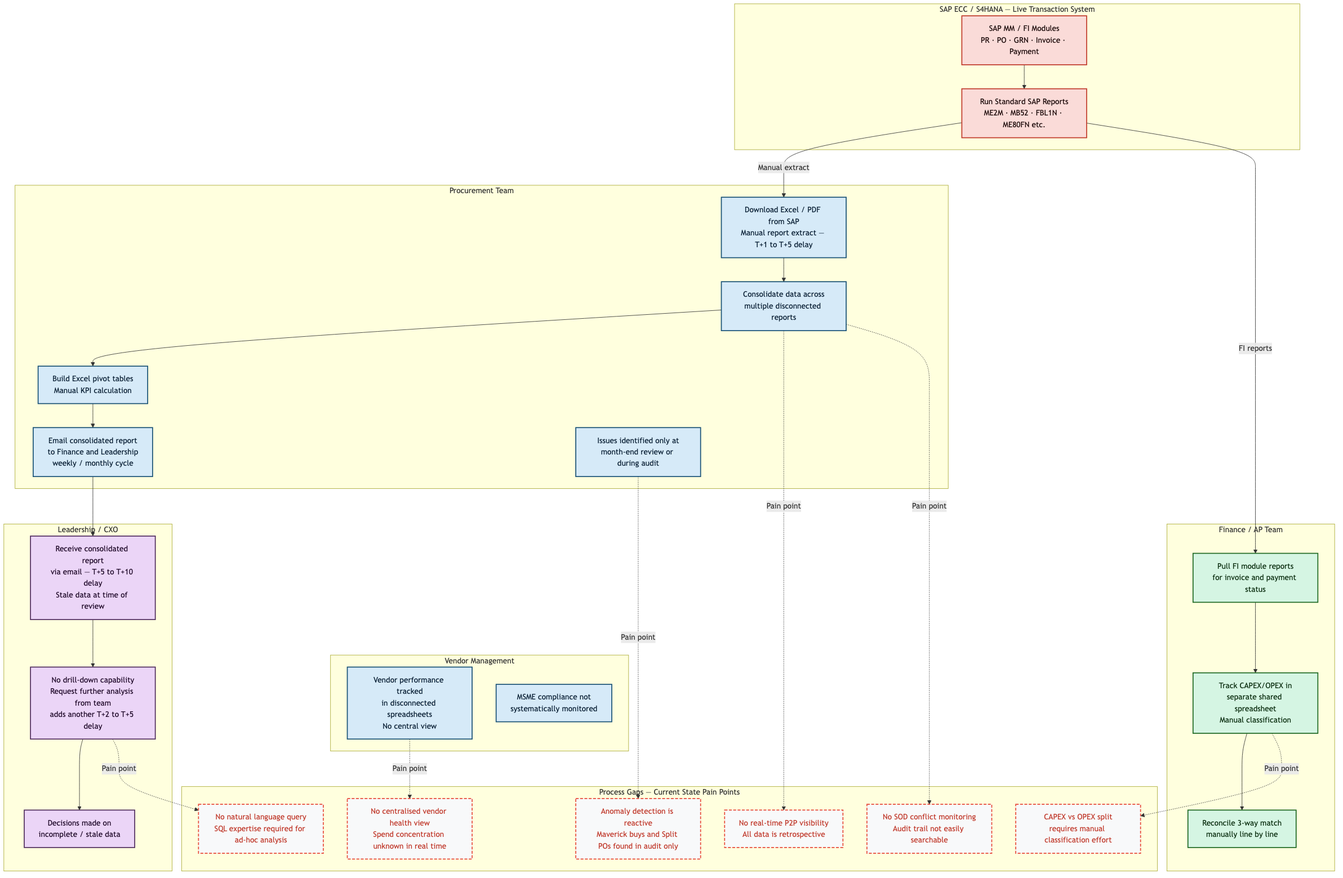
Earlier version of the Mermaid export ARB/D02_BusinessProcess_AsIs.png (satyam-raj404/kpmg-intelliflow). Its source is kept beside it as ARB/D02_BusinessProcess_AsIs.mmd. Source of this version:
```mermaid
flowchart TD
    classDef sapStyle  fill:#FADBD8,stroke:#C0392B,color:#1A0808,stroke-width:2px
    classDef procStyle fill:#D6EAF8,stroke:#1A5276,color:#0A2035,stroke-width:2px
    classDef finStyle  fill:#D5F5E3,stroke:#1E6823,color:#0A2D0F,stroke-width:2px
    classDef leadStyle fill:#EBD5F7,stroke:#512E5F,color:#200A2A,stroke-width:2px
    classDef gapStyle  fill:#F8F9FA,stroke:#E74C3C,color:#C0392B,stroke-width:2px,stroke-dasharray:6 3

    subgraph SAP["SAP ECC / S4HANA — Live Transaction System"]
        S1["SAP MM / FI Modules\nPR · PO · GRN · Invoice · Payment"]
        S2["Run Standard SAP Reports\nME2M · MB52 · FBL1N · ME80FN etc."]
        S1 --> S2
    end

    subgraph PROC["Procurement Team"]
        P1["Download Excel / PDF from SAP\nManual report extract — T+1 to T+5 delay"]
        P2["Consolidate data across\nmultiple disconnected reports"]
        P3["Build Excel pivot tables\nManual KPI calculation"]
        P4["Email consolidated report\nto Finance and Leadership\nweekly / monthly cycle"]
        P5["Issues identified only at\nmonth-end review or during audit"]
        P1 --> P2 --> P3 --> P4
    end

    subgraph FIN["Finance / AP Team"]
        F1["Pull FI module reports\nfor invoice and payment status"]
        F2["Track CAPEX/OPEX in\nseparate shared spreadsheet\nManual classification"]
        F3["Reconcile 3-way match\nmanually line by line"]
        F1 --> F2 --> F3
    end

    subgraph VEND["Vendor Management"]
        V1["Vendor performance tracked\nin disconnected spreadsheets\nNo central view"]
        V2["MSME compliance not\nsystematically monitored"]
    end

    subgraph LEAD["Leadership / CXO"]
        L1["Receive consolidated report\nvia email — T+5 to T+10 delay\nStale data at time of review"]
        L2["No drill-down capability\nRequest further analysis from team\nadds another T+2 to T+5 delay"]
        L3["Decisions made on\nincomplete / stale data"]
        L1 --> L2 --> L3
    end

    subgraph GAPS["Process Gaps — Current State Pain Points"]
        G1["No real-time P2P visibility\nAll data is retrospective"]
        G2["Anomaly detection is reactive\nMaverick buys and Split POs found in audit only"]
        G3["No centralised vendor health view\nSpend concentration unknown in real time"]
        G4["CAPEX vs OPEX split\nrequires manual classification effort"]
        G5["No natural language query\nSQL expertise required for ad-hoc analysis"]
        G6["No SOD conflict monitoring\nAudit trail not easily searchable"]
    end

    S2 -->|"Manual extract"| P1
    S2 -->|"FI reports"| F1
    P4 --> L1
    P5 -.->|"Pain point"| G2
    P2 -.->|"Pain point"| G1
    F2 -.->|"Pain point"| G4
    V1 -.->|"Pain point"| G3
    L2 -.->|"Pain point"| G5
    P2 -.->|"Pain point"| G6

    class S1,S2 sapStyle
    class P1,P2,P3,P4,P5 procStyle
    class F1,F2,F3 finStyle
    class V1,V2 procStyle
    class L1,L2,L3 leadStyle
    class G1,G2,G3,G4,G5,G6 gapStyle
```
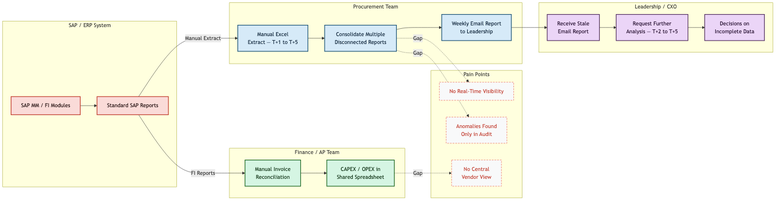
After the commit.

Diff of the diagram source:
```diff
@@ -1,66 +1,51 @@
-flowchart TD
-    classDef sapStyle  fill:#FADBD8,stroke:#C0392B,color:#1A0808,stroke-width:2px
+flowchart LR
+    classDef erpStyle  fill:#FADBD8,stroke:#C0392B,color:#1A0808,stroke-width:2px
     classDef procStyle fill:#D6EAF8,stroke:#1A5276,color:#0A2035,stroke-width:2px
     classDef finStyle  fill:#D5F5E3,stroke:#1E6823,color:#0A2D0F,stroke-width:2px
     classDef leadStyle fill:#EBD5F7,stroke:#512E5F,color:#200A2A,stroke-width:2px
-    classDef gapStyle  fill:#F8F9FA,stroke:#E74C3C,color:#C0392B,stroke-width:2px,stroke-dasharray:6 3
+    classDef painStyle fill:#F8F9FA,stroke:#E74C3C,color:#C0392B,stroke-width:1px,stroke-dasharray:5 3
 
-    subgraph SAP["SAP ECC / S4HANA — Live Transaction System"]
-        S1["SAP MM / FI Modules\nPR · PO · GRN · Invoice · Payment"]
-        S2["Run Standard SAP Reports\nME2M · MB52 · FBL1N · ME80FN etc."]
+    subgraph SAP["SAP / ERP System"]
+        S1["SAP MM / FI Modules"]
+        S2["Standard SAP Reports"]
         S1 --> S2
     end
 
     subgraph PROC["Procurement Team"]
-        P1["Download Excel / PDF from SAP\nManual report extract — T+1 to T+5 delay"]
-        P2["Consolidate data across\nmultiple disconnected reports"]
-        P3["Build Excel pivot tables\nManual KPI calculation"]
-        P4["Email consolidated report\nto Finance and Leadership\nweekly / monthly cycle"]
-        P5["Issues identified only at\nmonth-end review or during audit"]
-        P1 --> P2 --> P3 --> P4
+        P1["Manual Excel\nExtract — T+1 to T+5"]
+        P2["Consolidate Multiple\nDisconnected Reports"]
+        P3["Weekly Email Report\nto Leadership"]
+        P1 --> P2 --> P3
     end
 
     subgraph FIN["Finance / AP Team"]
-        F1["Pull FI module reports\nfor invoice and payment status"]
-        F2["Track CAPEX/OPEX in\nseparate shared spreadsheet\nManual classification"]
-        F3["Reconcile 3-way match\nmanually line by line"]
-        F1 --> F2 --> F3
-    end
-
-    subgraph VEND["Vendor Management"]
-        V1["Vendor performance tracked\nin disconnected spreadsheets\nNo central view"]
-        V2["MSME compliance not\nsystematically monitored"]
+        F1["Manual Invoice\nReconciliation"]
+        F2["CAPEX / OPEX in\nShared Spreadsheet"]
+        F1 --> F2
     end
 
     subgraph LEAD["Leadership / CXO"]
-        L1["Receive consolidated report\nvia email — T+5 to T+10 delay\nStale data at time of review"]
-        L2["No drill-down capability\nRequest further analysis from team\nadds another T+2 to T+5 delay"]
-        L3["Decisions made on\nincomplete / stale data"]
+        L1["Receive Stale\nEmail Report"]
+        L2["Request Further\nAnalysis — T+2 to T+5"]
+        L3["Decisions on\nIncomplete Data"]
         L1 --> L2 --> L3
     end
 
-    subgraph GAPS["Process Gaps — Current State Pain Points"]
-        G1["No real-time P2P visibility\nAll data is retrospective"]
-        G2["Anomaly detection is reactive\nMaverick buys and Split POs found in audit only"]
-        G3["No centralised vendor health view\nSpend concentration unknown in real time"]
-        G4["CAPEX vs OPEX split\nrequires manual classification effort"]
-        G5["No natural language query\nSQL expertise required for ad-hoc analysis"]
-        G6["No SOD conflict monitoring\nAudit trail not easily searchable"]
+    subgraph PAIN["Pain Points"]
+        G1["No Real-Time Visibility"]
+        G2["Anomalies Found\nOnly in Audit"]
+        G3["No Central\nVendor View"]
     end
 
-    S2 -->|"Manual extract"| P1
-    S2 -->|"FI reports"| F1
-    P4 --> L1
-    P5 -.->|"Pain point"| G2
-    P2 -.->|"Pain point"| G1
-    F2 -.->|"Pain point"| G4
-    V1 -.->|"Pain point"| G3
-    L2 -.->|"Pain point"| G5
-    P2 -.->|"Pain point"| G6
+    S2 -->|Manual Extract| P1
+    S2 -->|FI Reports| F1
+    P3 --> L1
+    P2 -.->|Gap| G1
+    P2 -.->|Gap| G2
+    F2 -.->|Gap| G3
 
-    class S1,S2 sapStyle
-    class P1,P2,P3,P4,P5 procStyle
-    class F1,F2,F3 finStyle
-    class V1,V2 procStyle
+    class S1,S2 erpStyle
+    class P1,P2,P3 procStyle
+    class F1,F2 finStyle
     class L1,L2,L3 leadStyle
-    class G1,G2,G3,G4,G5,G6 gapStyle
+    class G1,G2,G3 painStyle
```
